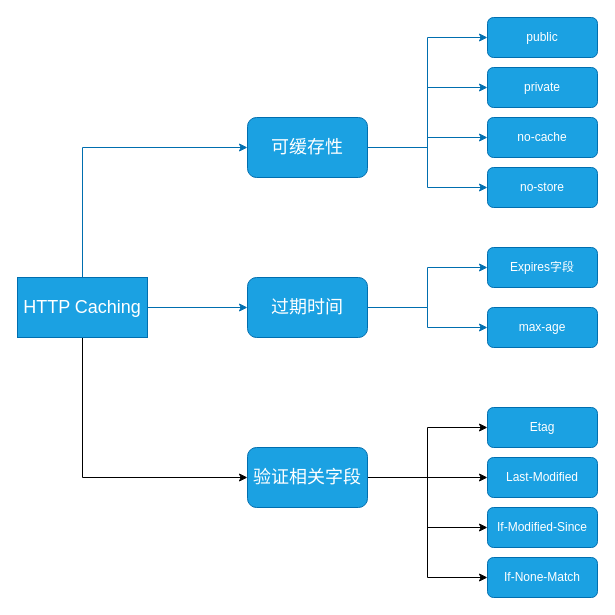
htwm623/htwm-open-sesame keeps this draw.io diagram as drawio/http-caching/http-cache1.drawio. Above is the earlier version. Source tidied: cells renumbered, new cells numbered last; positions are measured from the earlier drawing's top-left corner, leaving out a move shared by most shapes. Both pictures are drawn from the tidied source at 100%, with x=0, y=0 at pixel (17, 17).
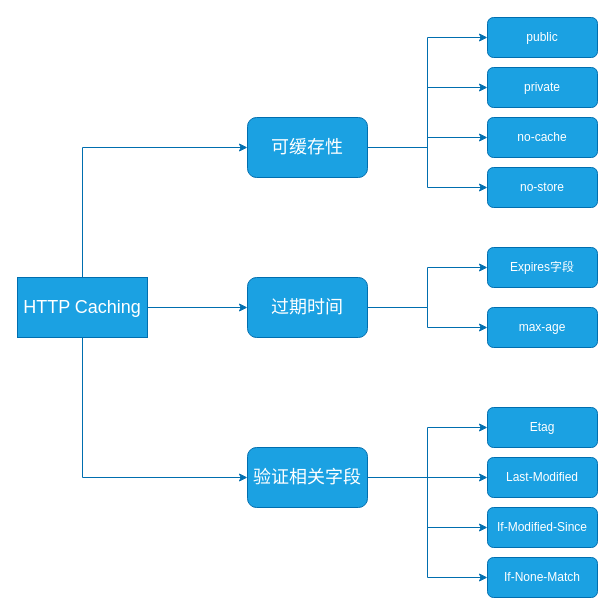
Above is the later version.

Commit message:
修正线条颜色

The change refers to these unchanged cells:
```xml
<mxCell id="5" value="&lt;font style=&quot;font-size: 18px&quot;&gt;HTTP Caching&lt;/font&gt;" style="rounded=0;whiteSpace=wrap;html=1;fillColor=#1ba1e2;strokeColor=#006EAF;fontColor=#ffffff;" parent="1" vertex="1">
  <mxGeometry y="260" width="130" height="60" as="geometry" />
</mxCell>
<mxCell id="24" value="&lt;font style=&quot;font-size: 18px&quot;&gt;验证相关字段&lt;/font&gt;" style="rounded=1;whiteSpace=wrap;html=1;fillColor=#1ba1e2;strokeColor=#006EAF;fontColor=#ffffff;" parent="1" vertex="1">
  <mxGeometry x="230" y="430" width="120" height="60" as="geometry" />
</mxCell>
<mxCell id="25" value="Etag" style="rounded=1;whiteSpace=wrap;html=1;fillColor=#1ba1e2;strokeColor=#006EAF;fontColor=#ffffff;" parent="1" vertex="1">
  <mxGeometry x="470" y="390" width="110" height="40" as="geometry" />
</mxCell>
<mxCell id="26" value="Last-Modified" style="rounded=1;whiteSpace=wrap;html=1;fillColor=#1ba1e2;strokeColor=#006EAF;fontColor=#ffffff;" parent="1" vertex="1">
  <mxGeometry x="470" y="440" width="110" height="40" as="geometry" />
</mxCell>
<mxCell id="27" value="If-Modified-Since" style="rounded=1;whiteSpace=wrap;html=1;fillColor=#1ba1e2;strokeColor=#006EAF;fontColor=#ffffff;" parent="1" vertex="1">
  <mxGeometry x="470" y="490" width="110" height="40" as="geometry" />
</mxCell>
<mxCell id="28" value="If-None-Match" style="rounded=1;whiteSpace=wrap;html=1;fillColor=#1ba1e2;strokeColor=#006EAF;fontColor=#ffffff;" parent="1" vertex="1">
  <mxGeometry x="470" y="540" width="110" height="40" as="geometry" />
</mxCell>
```

What changed in the source:
```diff
@@
-    <mxCell id="4" style="edgeStyle=orthogonalEdgeStyle;rounded=0;jettySize=auto;html=1;entryX=0;entryY=0.5;entryDx=0;entryDy=0;" parent="1" edge="1" source="5" target="24">
+    <mxCell id="4" style="edgeStyle=orthogonalEdgeStyle;rounded=0;jettySize=auto;html=1;entryX=0;entryY=0.5;entryDx=0;entryDy=0;fillColor=#1ba1e2;strokeColor=#006EAF;" parent="1" edge="1" source="5" target="24">
       <mxGeometry relative="1" as="geometry">
         <Array as="points">
           <mxPoint x="65" y="460" />
         </Array>
       </mxGeometry>
     </mxCell>
@@
-    <mxCell id="20" style="edgeStyle=orthogonalEdgeStyle;rounded=0;jettySize=auto;html=1;entryX=0;entryY=0.5;entryDx=0;entryDy=0;" parent="1" edge="1" source="24" target="25">
+    <mxCell id="20" style="edgeStyle=orthogonalEdgeStyle;rounded=0;jettySize=auto;html=1;entryX=0;entryY=0.5;entryDx=0;entryDy=0;fillColor=#1ba1e2;strokeColor=#006EAF;" parent="1" edge="1" source="24" target="25">
       <mxGeometry relative="1" as="geometry" />
     </mxCell>
-    <mxCell id="21" style="edgeStyle=orthogonalEdgeStyle;rounded=0;jettySize=auto;html=1;" parent="1" edge="1" source="24" target="26">
+    <mxCell id="21" style="edgeStyle=orthogonalEdgeStyle;rounded=0;jettySize=auto;html=1;fillColor=#1ba1e2;strokeColor=#006EAF;" parent="1" edge="1" source="24" target="26">
       <mxGeometry relative="1" as="geometry" />
     </mxCell>
-    <mxCell id="22" style="edgeStyle=orthogonalEdgeStyle;rounded=0;jettySize=auto;html=1;" parent="1" edge="1" source="24" target="27">
+    <mxCell id="22" style="edgeStyle=orthogonalEdgeStyle;rounded=0;jettySize=auto;html=1;fillColor=#1ba1e2;strokeColor=#006EAF;" parent="1" edge="1" source="24" target="27">
       <mxGeometry relative="1" as="geometry" />
     </mxCell>
-    <mxCell id="23" style="edgeStyle=orthogonalEdgeStyle;rounded=0;jettySize=auto;html=1;entryX=0;entryY=0.5;entryDx=0;entryDy=0;" parent="1" edge="1" source="24" target="28">
+    <mxCell id="23" style="edgeStyle=orthogonalEdgeStyle;rounded=0;jettySize=auto;html=1;entryX=0;entryY=0.5;entryDx=0;entryDy=0;fillColor=#1ba1e2;strokeColor=#006EAF;" parent="1" edge="1" source="24" target="28">
       <mxGeometry relative="1" as="geometry" />
     </mxCell>
```
